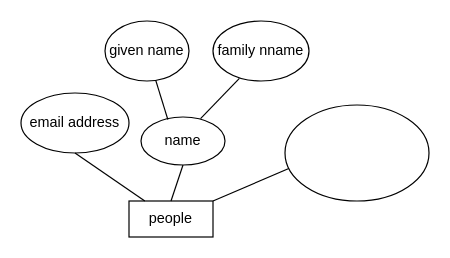
Before: Untitled Diagram.drawio in sowhydoUwastemytime/c, a draw.io diagram. Source tidied: cells renumbered, new cells numbered last; positions are measured from the earlier drawing's top-left corner, leaving out a move shared by most shapes. Both pictures are drawn from the tidied source at 120%, with x=0, y=0 at pixel (20, 20).
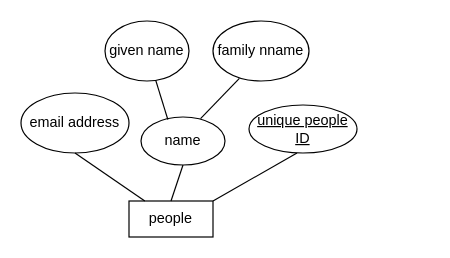
After the change.

The edit, as a diff of the source:
```diff
@@
 <mxGraphModel>
   <root>
     <mxCell id="0" />
     <mxCell id="1" parent="0" />
     <mxCell id="2" value="people" style="rounded=0;whiteSpace=wrap;html=1;" parent="1" vertex="1">
       <mxGeometry x="90" y="150" width="70" height="30" as="geometry" />
     </mxCell>
     <mxCell id="3" value="email address" style="ellipse;whiteSpace=wrap;html=1;" parent="1" vertex="1">
       <mxGeometry y="60" width="90" height="50" as="geometry" />
     </mxCell>
     <mxCell id="4" style="endArrow=none;html=1;entryX=0.5;entryY=1;entryDx=0;entryDy=0;" parent="1" edge="1" source="2" target="3">
       <mxGeometry relative="1" as="geometry" />
     </mxCell>
     <mxCell id="5" value="given name" style="ellipse;whiteSpace=wrap;html=1;" parent="1" vertex="1">
       <mxGeometry x="70" width="70" height="50" as="geometry" />
     </mxCell>
     <mxCell id="6" value="name" style="ellipse;whiteSpace=wrap;html=1;" parent="1" vertex="1">
       <mxGeometry x="100" y="80" width="70" height="40" as="geometry" />
     </mxCell>
     <mxCell id="7" style="endArrow=none;html=1;entryX=0.5;entryY=1;entryDx=0;entryDy=0;exitX=0.5;exitY=0;exitDx=0;exitDy=0;" parent="1" edge="1" source="2" target="6">
       <mxGeometry relative="1" as="geometry" />
     </mxCell>
     <mxCell id="8" style="endArrow=none;html=1;exitX=0.32;exitY=0.055;exitDx=0;exitDy=0;exitPerimeter=0;" parent="1" edge="1" source="6" target="5">
       <mxGeometry relative="1" as="geometry" />
     </mxCell>
     <mxCell id="9" value="family nname" style="ellipse;whiteSpace=wrap;html=1;" parent="1" vertex="1">
       <mxGeometry x="160" width="80" height="50" as="geometry" />
     </mxCell>
     <mxCell id="10" style="endArrow=none;html=1;exitX=0.709;exitY=0.035;exitDx=0;exitDy=0;entryX=0.275;entryY=0.956;entryDx=0;entryDy=0;entryPerimeter=0;exitPerimeter=0;" parent="1" edge="1" source="6" target="9">
       <mxGeometry relative="1" as="geometry" />
     </mxCell>
-    <mxCell id="11" style="endArrow=none;html=1;" parent="1" edge="1">
+    <mxCell id="11" style="endArrow=none;html=1;exitX=1;exitY=0;exitDx=0;exitDy=0;" parent="1" edge="1" source="2">
       <mxGeometry relative="1" as="geometry">
-        <mxPoint x="160" y="150" as="sourcePoint" />
-        <mxPoint x="230" y="120" as="targetPoint" />
+        <mxPoint x="230" y="110" as="targetPoint" />
       </mxGeometry>
     </mxCell>
-    <mxCell id="12" style="ellipse;whiteSpace=wrap;html=1;" parent="1" vertex="1">
-      <mxGeometry x="220" y="70" width="120" height="80" as="geometry" />
+    <mxCell id="12" value="&lt;u&gt;&lt;font style=&quot;font-size: 12px&quot;&gt;unique people ID&lt;/font&gt;&lt;/u&gt;" style="ellipse;whiteSpace=wrap;html=1;" parent="1" vertex="1">
+      <mxGeometry x="190" y="70" width="90" height="40" as="geometry" />
     </mxCell>
   </root>
 </mxGraphModel>
```
